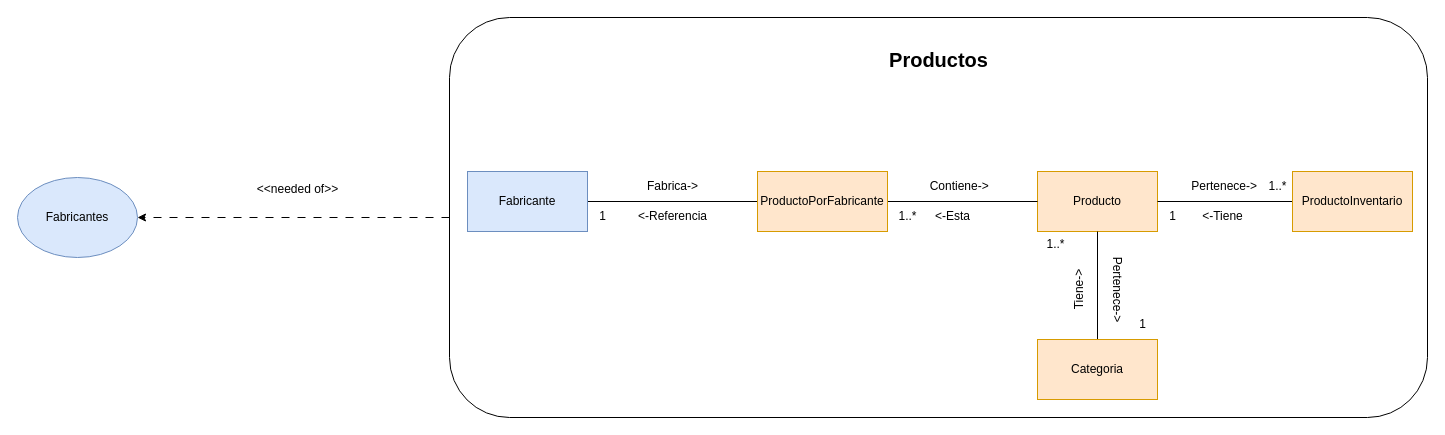
This is page "4.2 Productos-ModeloDominioAcotado" (5 of 12) of SpaOnline/ModeloDominioSpa.drawio from cristianospina/DOO, a draw.io file, before an edit. Source tidied: cells renumbered, new cells numbered last; positions are measured from the earlier drawing's top-left corner, leaving out a move shared by most shapes. Both pictures are drawn from the tidied source at 100%, with x=0, y=0 at pixel (17, 17).
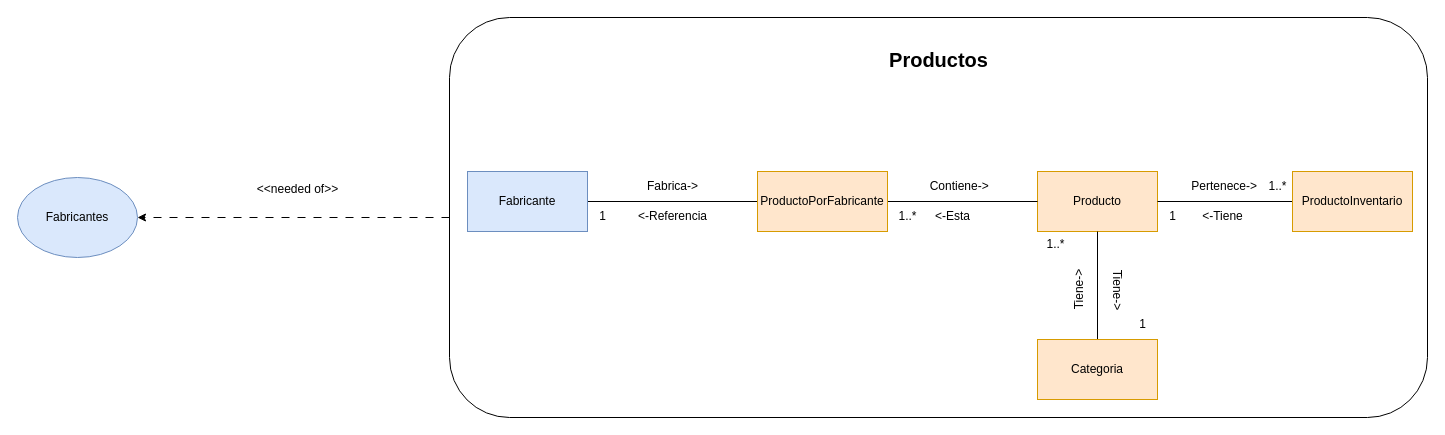
The same page after the edit.

Diff of the diagram source:
```diff
@@
-    <mxCell id="27" value="Pertenece-&amp;gt;" style="text;html=1;align=center;verticalAlign=middle;strokeColor=none;fillColor=none;rotation=90;" parent="1" vertex="1">
-      <mxGeometry x="1058" y="259" width="84" height="26" as="geometry" />
+    <mxCell id="27" value="Tiene-&amp;gt;" style="text;html=1;align=center;verticalAlign=middle;strokeColor=none;fillColor=none;rotation=90;" parent="1" vertex="1">
+      <mxGeometry x="1070" y="259" width="59" height="26" as="geometry" />
     </mxCell>
```
